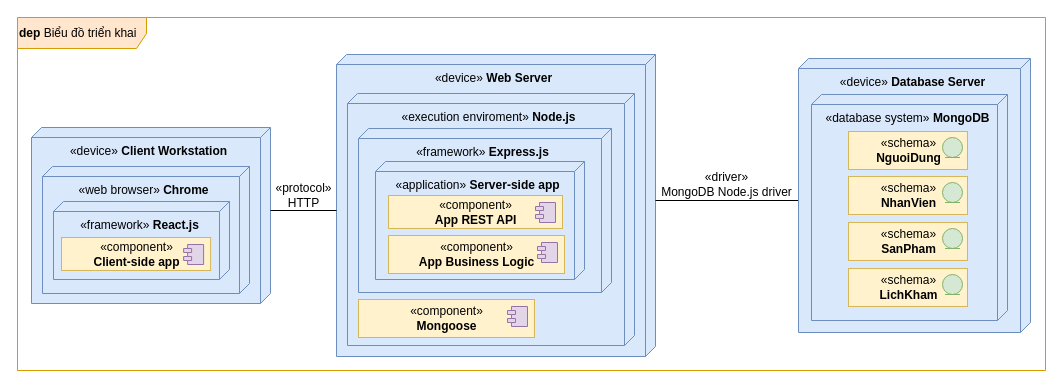
luclegen/medicine16 keeps this draw.io diagram as page "Deployment" (6 of 7) of designs/medicine16.drawio. Above is the earlier version. Source tidied: cells renumbered, new cells numbered last; positions are measured from the earlier drawing's top-left corner, leaving out a move shared by most shapes. Both pictures are drawn from the tidied source at 100%, with x=0, y=0 at pixel (17, 17).
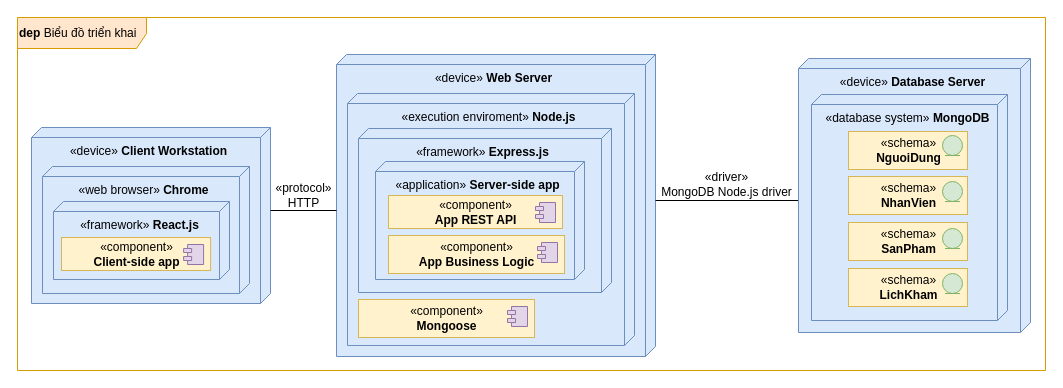
The same diagram, later.

The change refers to these unchanged cells:
```xml
<mxCell id="24" style="group;" parent="1" vertex="1">
  <mxGeometry x="831" y="114" width="119" height="38" as="geometry" />
</mxCell>
<mxCell id="28" style="group;" parent="27" vertex="1">
  <mxGeometry width="119" height="38" as="geometry" />
</mxCell>
<mxCell id="32" style="group;" parent="31" vertex="1">
  <mxGeometry x="22" y="1" width="119" height="38" as="geometry" />
</mxCell>
<mxCell id="36" style="group;" parent="35" vertex="1">
  <mxGeometry width="119" height="38" as="geometry" />
</mxCell>
```

Diff of the diagram source:
```diff
@@
-    <mxCell id="26" style="shape=umlLifeline;participant=umlEntity;perimeter=lifelinePerimeter;whiteSpace=wrap;html=1;verticalAlign=top;spacingTop=36;fillColor=#d5e8d4;strokeColor=#82b366;" parent="24" vertex="1">
-      <mxGeometry x="94" y="6" width="20" height="20" as="geometry" />
-    </mxCell>
+    <mxCell id="39" style="ellipse;shape=umlEntity;whiteSpace=wrap;html=1;align=center;fillColor=#d5e8d4;strokeColor=#82b366;" parent="24" vertex="1">
+      <mxGeometry x="94" y="4" width="20" height="20" as="geometry" />
+    </mxCell>
@@
-    <mxCell id="30" style="shape=umlLifeline;participant=umlEntity;perimeter=lifelinePerimeter;whiteSpace=wrap;html=1;verticalAlign=top;spacingTop=36;fillColor=#d5e8d4;strokeColor=#82b366;" parent="28" vertex="1">
-      <mxGeometry x="94" y="6" width="20" height="20" as="geometry" />
-    </mxCell>
+    <mxCell id="40" style="ellipse;shape=umlEntity;whiteSpace=wrap;html=1;align=center;fillColor=#d5e8d4;strokeColor=#82b366;" parent="28" vertex="1">
+      <mxGeometry x="94" y="5" width="20" height="20" as="geometry" />
+    </mxCell>
@@
-    <mxCell id="34" style="shape=umlLifeline;participant=umlEntity;perimeter=lifelinePerimeter;whiteSpace=wrap;html=1;verticalAlign=top;spacingTop=36;fillColor=#d5e8d4;strokeColor=#82b366;" parent="32" vertex="1">
-      <mxGeometry x="94" y="6" width="20" height="20" as="geometry" />
-    </mxCell>
+    <mxCell id="41" style="ellipse;shape=umlEntity;whiteSpace=wrap;html=1;align=center;fillColor=#d5e8d4;strokeColor=#82b366;" parent="32" vertex="1">
+      <mxGeometry x="94" y="6" width="20" height="20" as="geometry" />
+    </mxCell>
@@
-    <mxCell id="38" style="shape=umlLifeline;participant=umlEntity;perimeter=lifelinePerimeter;whiteSpace=wrap;html=1;verticalAlign=top;spacingTop=36;fillColor=#d5e8d4;strokeColor=#82b366;" parent="36" vertex="1">
-      <mxGeometry x="94" y="6" width="20" height="20" as="geometry" />
-    </mxCell>
+    <mxCell id="42" style="ellipse;shape=umlEntity;whiteSpace=wrap;html=1;align=center;fillColor=#d5e8d4;strokeColor=#82b366;" parent="36" vertex="1">
+      <mxGeometry x="94" y="5" width="20" height="20" as="geometry" />
+    </mxCell>
```
